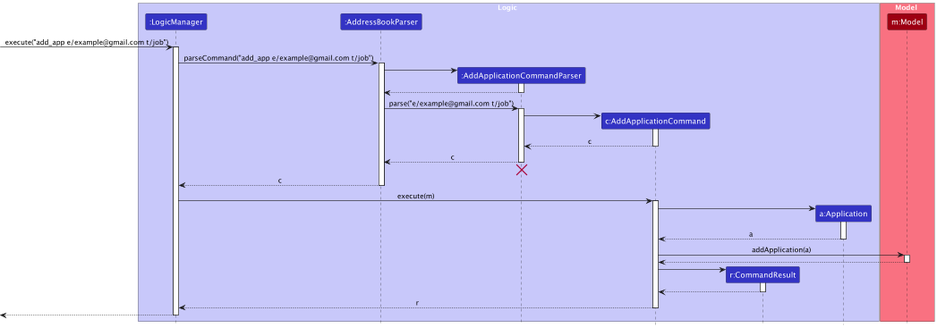
Before: docs/images/AddApplicationSequenceDiagram.png, a diagram exported from PlantUML (leeweiming3/tp). The source it was exported from:
```plantuml
@startuml
!include style.puml
skinparam ArrowFontStyle plain

box Logic LOGIC_COLOR_T1
participant ":LogicManager" as LogicManager LOGIC_COLOR
participant ":AddressBookParser" as AddressBookParser LOGIC_COLOR
participant ":AddApplicationCommandParser" as AddApplicationCommandParser LOGIC_COLOR
participant "c:AddApplicationCommand" as AddApplicationCommand LOGIC_COLOR
participant "r:CommandResult" as CommandResult LOGIC_COLOR
participant "a:Application" as Application LOGIC_COLOR
end box

box Model MODEL_COLOR_T1
participant "m:Model" as Model MODEL_COLOR
end box

[-> LogicManager : execute("add_app e/example@gmail.com t/job")
activate LogicManager

LogicManager -> AddressBookParser : parseCommand("add_app e/example@gmail.com t/job")
activate AddressBookParser

create AddApplicationCommandParser
AddressBookParser -> AddApplicationCommandParser
activate AddApplicationCommandParser

AddApplicationCommandParser --> AddressBookParser
deactivate AddApplicationCommandParser

AddressBookParser -> AddApplicationCommandParser : parse("e/example@gmail.com t/job")
activate AddApplicationCommandParser

create AddApplicationCommand
AddApplicationCommandParser -> AddApplicationCommand
activate AddApplicationCommand

AddApplicationCommand --> AddApplicationCommandParser : c
deactivate AddApplicationCommand

AddApplicationCommandParser --> AddressBookParser : c
deactivate AddApplicationCommandParser
AddApplicationCommandParser -[hidden]-> AddressBookParser
destroy AddApplicationCommandParser

AddressBookParser --> LogicManager : c
deactivate AddressBookParser

LogicManager -> AddApplicationCommand : execute(m)
activate AddApplicationCommand

create Application
AddApplicationCommand -> Application
activate Application

Application --> AddApplicationCommand : a
deactivate Application

AddApplicationCommand -> Model : addApplication(a)
activate Model

Model --> AddApplicationCommand
deactivate Model

create CommandResult
AddApplicationCommand -> CommandResult
activate CommandResult

CommandResult --> AddApplicationCommand
deactivate CommandResult

AddApplicationCommand --> LogicManager : r
deactivate AddApplicationCommand

[<--LogicManager
deactivate LogicManager
@enduml
```
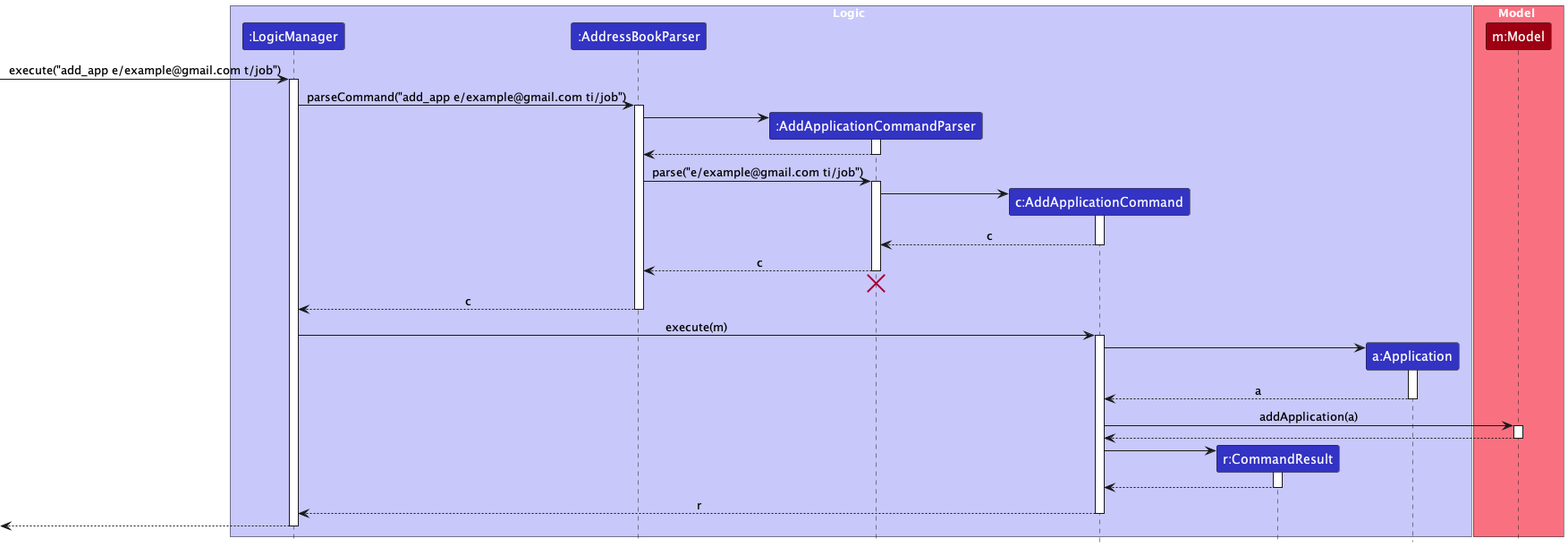
Later version of the same file.

Diff of the diagram source:
```diff
@@ -18,7 +18,7 @@
 [-> LogicManager : execute("add_app e/example@gmail.com t/job")
 activate LogicManager
 
-LogicManager -> AddressBookParser : parseCommand("add_app e/example@gmail.com t/job")
+LogicManager -> AddressBookParser : parseCommand("add_app e/example@gmail.com ti/job")
 activate AddressBookParser
 
 create AddApplicationCommandParser
@@ -28,7 +28,7 @@
 AddApplicationCommandParser --> AddressBookParser
 deactivate AddApplicationCommandParser
 
-AddressBookParser -> AddApplicationCommandParser : parse("e/example@gmail.com t/job")
+AddressBookParser -> AddApplicationCommandParser : parse("e/example@gmail.com ti/job")
 activate AddApplicationCommandParser
 
 create AddApplicationCommand
```
